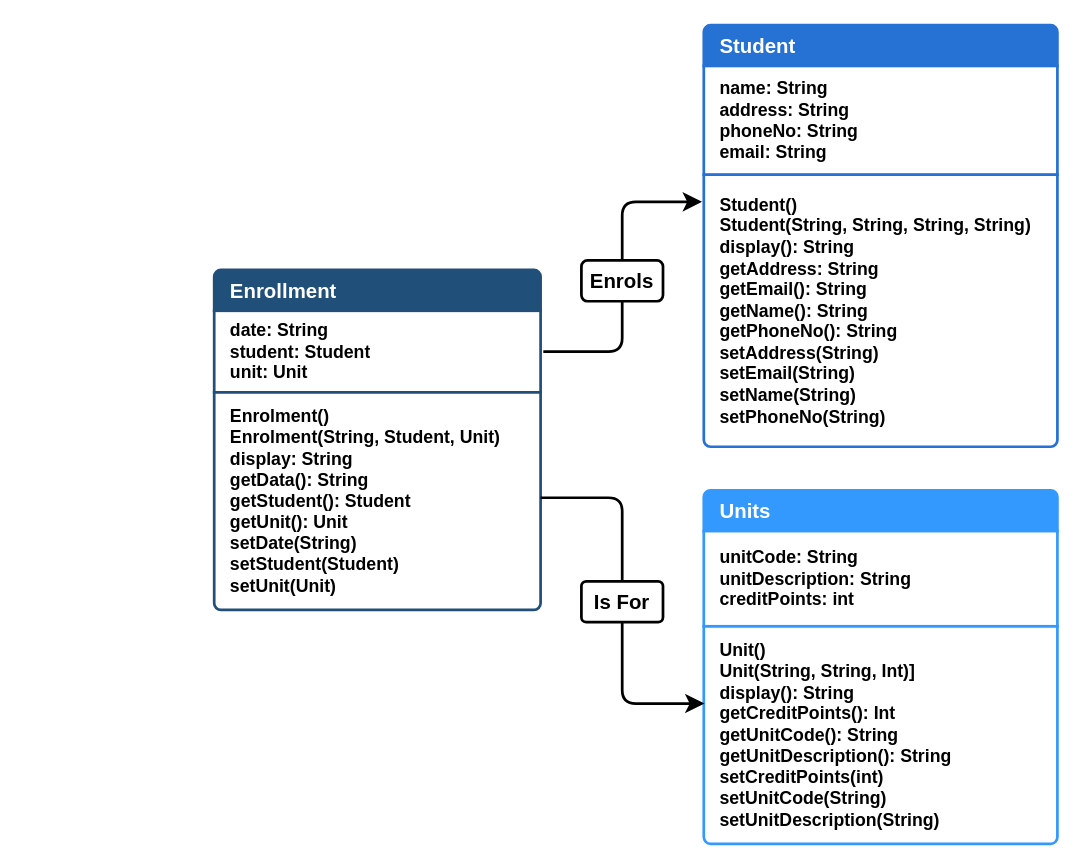
Earlier version of the draw.io diagram Java/Assesment Rolling Project/ClassArchitecture.drawio (ByteToBits/CompScience). Source tidied: cells renumbered, new cells numbered last; positions are measured from the earlier drawing's top-left corner, leaving out a move shared by most shapes. Both pictures are drawn from the tidied source at 136%, with x=0, y=0 at pixel (214, 24).
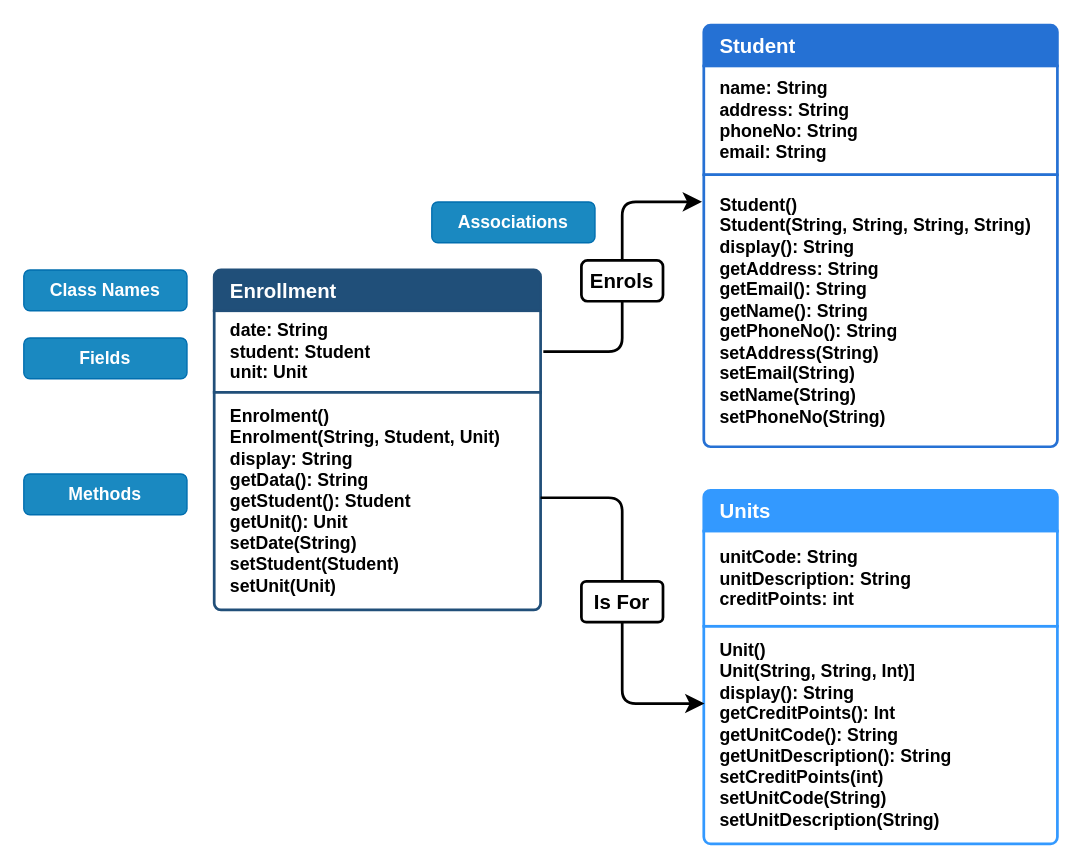
Above is the later version.

Commit message:
Update Class Drawing

The change refers to these unchanged cells:
```xml
<mxCell id="2" style="group;" parent="1" vertex="1">
  <mxGeometry width="620" height="602" as="geometry" />
</mxCell>
```

Diff of the diagram source:
```diff
@@
+    <mxCell id="19" value="Associations" style="rounded=1;whiteSpace=wrap;html=1;fillColor=#1a89c1;fontColor=#ffffff;strokeColor=#006EAF;fontStyle=1;fontSize=13;" parent="2" vertex="1">
+      <mxGeometry x="160" y="130" width="120" height="30" as="geometry" />
+    </mxCell>
+    <mxCell id="20" value="Class Names" style="rounded=1;whiteSpace=wrap;html=1;fillColor=#1a89c1;fontColor=#ffffff;strokeColor=#006EAF;fontStyle=1;fontSize=13;" parent="1" vertex="1">
+      <mxGeometry x="-140" y="180" width="120" height="30" as="geometry" />
+    </mxCell>
+    <mxCell id="21" value="Fields" style="rounded=1;whiteSpace=wrap;html=1;fillColor=#1a89c1;fontColor=#ffffff;strokeColor=#006EAF;fontStyle=1;fontSize=13;" parent="1" vertex="1">
+      <mxGeometry x="-140" y="230" width="120" height="30" as="geometry" />
+    </mxCell>
+    <mxCell id="22" value="Methods" style="rounded=1;whiteSpace=wrap;html=1;fillColor=#1a89c1;fontColor=#ffffff;strokeColor=#006EAF;fontStyle=1;fontSize=13;" parent="1" vertex="1">
+      <mxGeometry x="-140" y="330" width="120" height="30" as="geometry" />
+    </mxCell>
```
